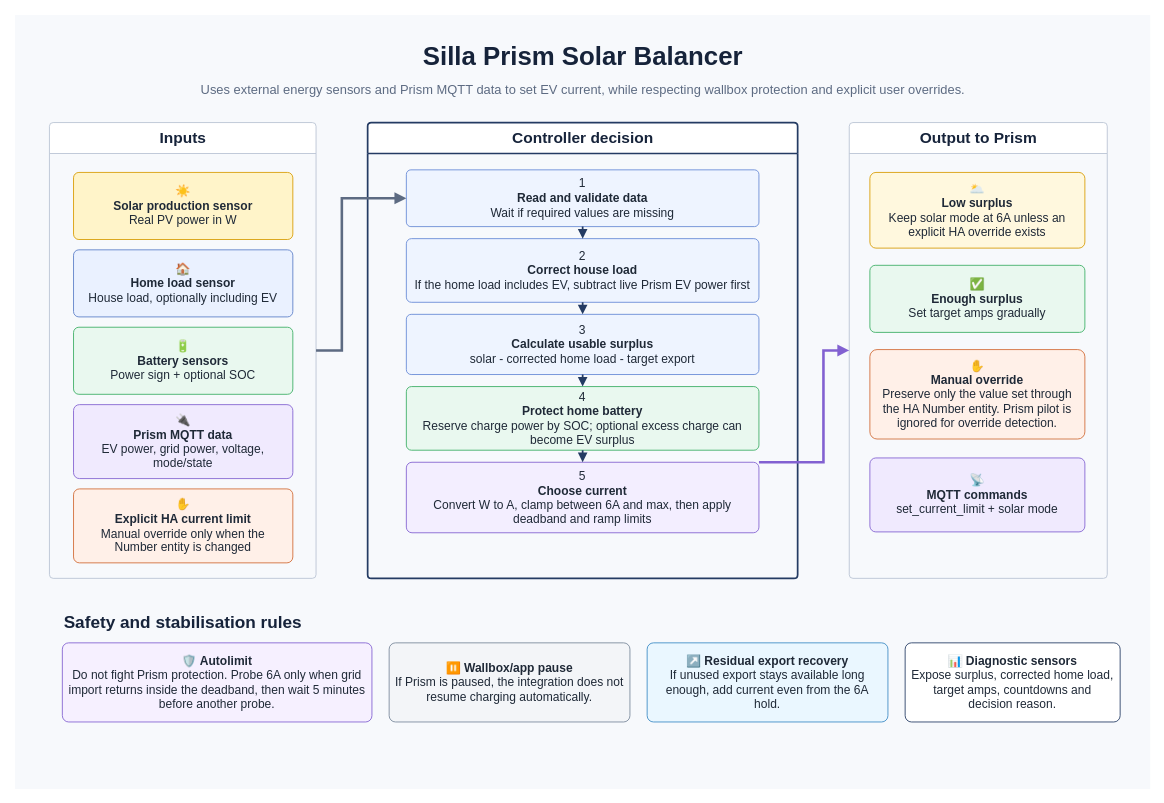
Above: images/solar-balancer-overview.drawio in italoc/silla-prism-integration (draw.io), before the change. Source tidied: cells renumbered, new cells numbered last; positions are measured from the earlier drawing's top-left corner, leaving out a move shared by most shapes. Both pictures are drawn from the tidied source at 86%, with x=0, y=0 at pixel (15, 15).
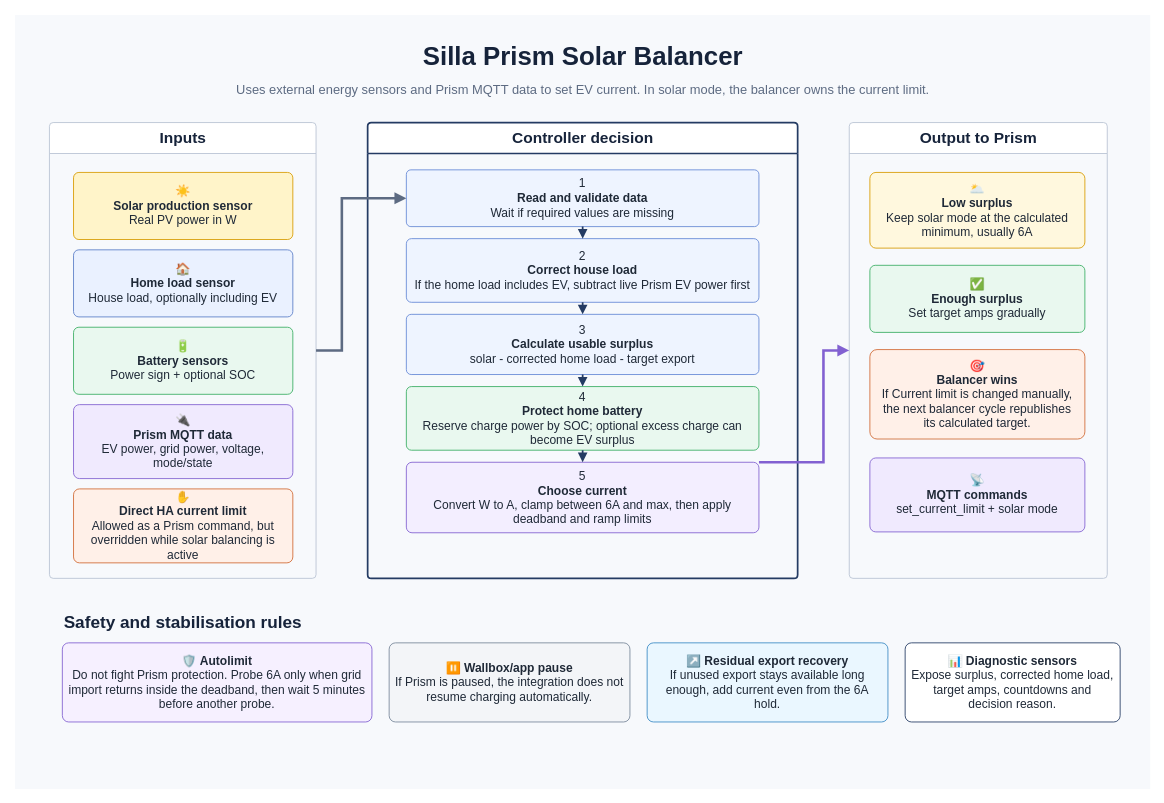
After the change.

The change refers to these unchanged cells:
```xml
<mxCell id="5" value="Inputs" style="swimlane;html=1;rounded=1;arcSize=4;startSize=36;fillColor=#FFFFFF;strokeColor=#B9C3D3;fontSize=18;fontStyle=1;fontColor=#16233A;" parent="1" vertex="1">
  <mxGeometry x="40" y="125" width="310" height="530" as="geometry" />
</mxCell>
<mxCell id="21" value="Output to Prism" style="swimlane;html=1;rounded=1;arcSize=4;startSize=36;fillColor=#FFFFFF;strokeColor=#B9C3D3;fontSize=18;fontStyle=1;fontColor=#16233A;" parent="1" vertex="1">
  <mxGeometry x="970" y="125" width="300" height="530" as="geometry" />
</mxCell>
```

Change to the diagram source:
```diff
@@
-    <mxCell id="4" value="Uses external energy sensors and Prism MQTT data to set EV current, while respecting wallbox protection and explicit user overrides." style="text;html=1;strokeColor=none;fillColor=none;align=center;verticalAlign=middle;fontSize=15;fontColor=#5D6B82;" parent="1" vertex="1">
+    <mxCell id="4" value="Uses external energy sensors and Prism MQTT data to set EV current. In solar mode, the balancer owns the current limit." style="text;html=1;strokeColor=none;fillColor=none;align=center;verticalAlign=middle;fontSize=15;fontColor=#5D6B82;" parent="1" vertex="1">
       <mxGeometry x="210" y="72" width="900" height="28" as="geometry" />
     </mxCell>
@@
-    <mxCell id="10" value="✋&lt;br&gt;&lt;b&gt;Explicit HA current limit&lt;/b&gt;&lt;br&gt;Manual override only when the Number entity is changed" style="rounded=1;whiteSpace=wrap;html=1;arcSize=8;fillColor=#FFF0E8;strokeColor=#D16A35;fontSize=14;fontColor=#1F2937;spacing=8;" parent="5" vertex="1">
+    <mxCell id="10" value="✋&lt;br&gt;&lt;b&gt;Direct HA current limit&lt;/b&gt;&lt;br&gt;Allowed as a Prism command, but overridden while solar balancing is active" style="rounded=1;whiteSpace=wrap;html=1;arcSize=8;fillColor=#FFF0E8;strokeColor=#D16A35;fontSize=14;fontColor=#1F2937;spacing=8;" parent="5" vertex="1">
       <mxGeometry x="28" y="426" width="255" height="86" as="geometry" />
     </mxCell>
@@
-    <mxCell id="22" value="🌥️&lt;br&gt;&lt;b&gt;Low surplus&lt;/b&gt;&lt;br&gt;Keep solar mode at 6A unless an explicit HA override exists" style="rounded=1;whiteSpace=wrap;html=1;arcSize=8;fillColor=#FFF8DE;strokeColor=#D89B00;fontSize=14;fontColor=#1F2937;spacing=8;" parent="21" vertex="1">
+    <mxCell id="22" value="🌥️&lt;br&gt;&lt;b&gt;Low surplus&lt;/b&gt;&lt;br&gt;Keep solar mode at the calculated minimum, usually 6A" style="rounded=1;whiteSpace=wrap;html=1;arcSize=8;fillColor=#FFF8DE;strokeColor=#D89B00;fontSize=14;fontColor=#1F2937;spacing=8;" parent="21" vertex="1">
       <mxGeometry x="24" y="58" width="250" height="88" as="geometry" />
     </mxCell>
@@
-    <mxCell id="24" value="✋&lt;br&gt;&lt;b&gt;Manual override&lt;/b&gt;&lt;br&gt;Preserve only the value set through the HA Number entity. Prism pilot is ignored for override detection." style="rounded=1;whiteSpace=wrap;html=1;arcSize=8;fillColor=#FFF0E8;strokeColor=#D16A35;fontSize=14;fontColor=#1F2937;spacing=8;" parent="21" vertex="1">
+    <mxCell id="24" value="🎯&lt;br&gt;&lt;b&gt;Balancer wins&lt;/b&gt;&lt;br&gt;If Current limit is changed manually, the next balancer cycle republishes its calculated target." style="rounded=1;whiteSpace=wrap;html=1;arcSize=8;fillColor=#FFF0E8;strokeColor=#D16A35;fontSize=14;fontColor=#1F2937;spacing=8;" parent="21" vertex="1">
       <mxGeometry x="24" y="264" width="250" height="104" as="geometry" />
     </mxCell>
```
